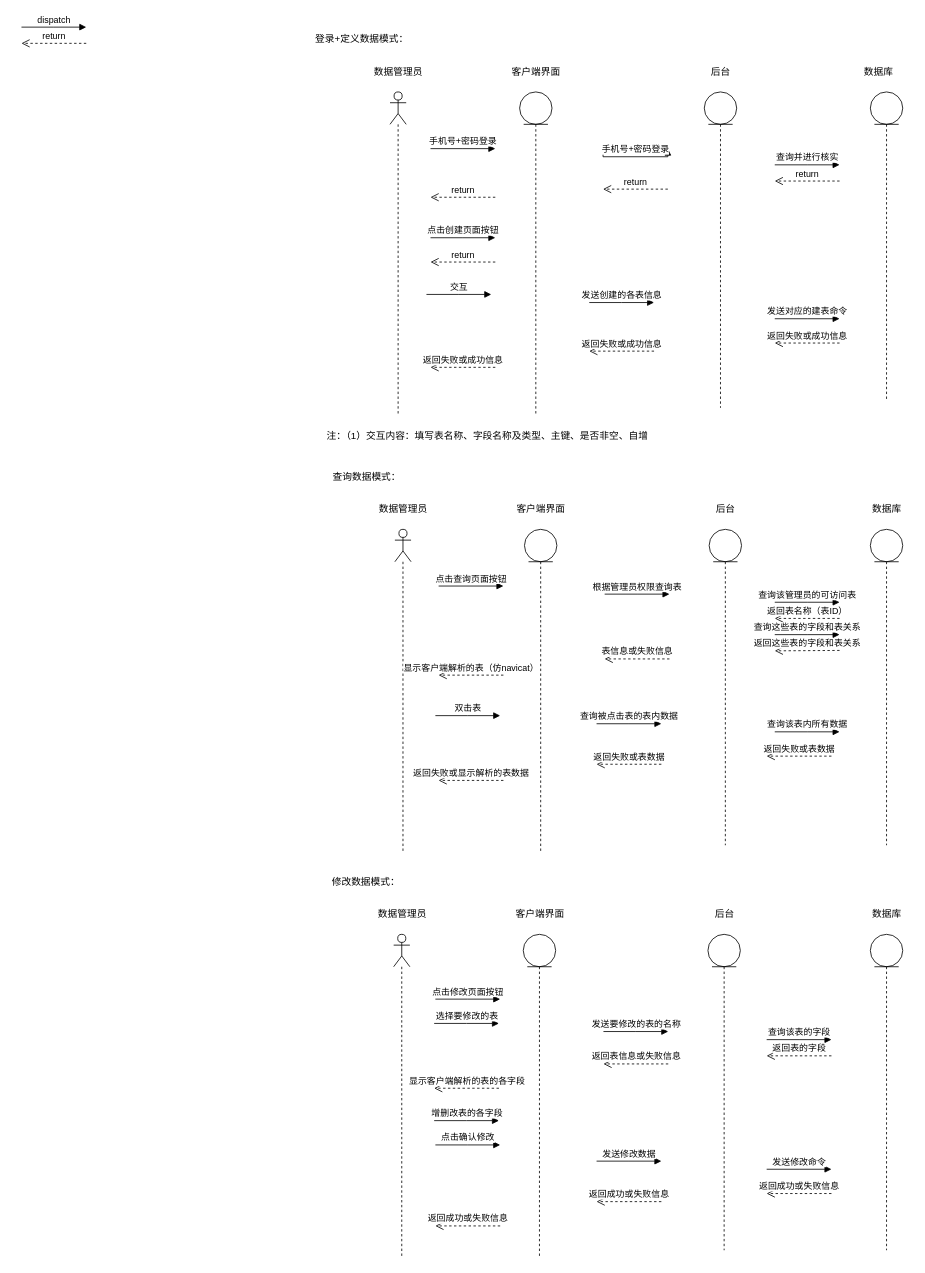
The draw.io diagram page "第 2 页" (2 of 2) of 软工课设.drawio in Iaiolk/VerilogCDE, before the edit. Source tidied: cells renumbered, new cells numbered last; positions are measured from the earlier drawing's top-left corner, leaving out a move shared by most shapes. Both pictures are drawn from the tidied source at 81%, with x=0, y=0 at pixel (21, 27).
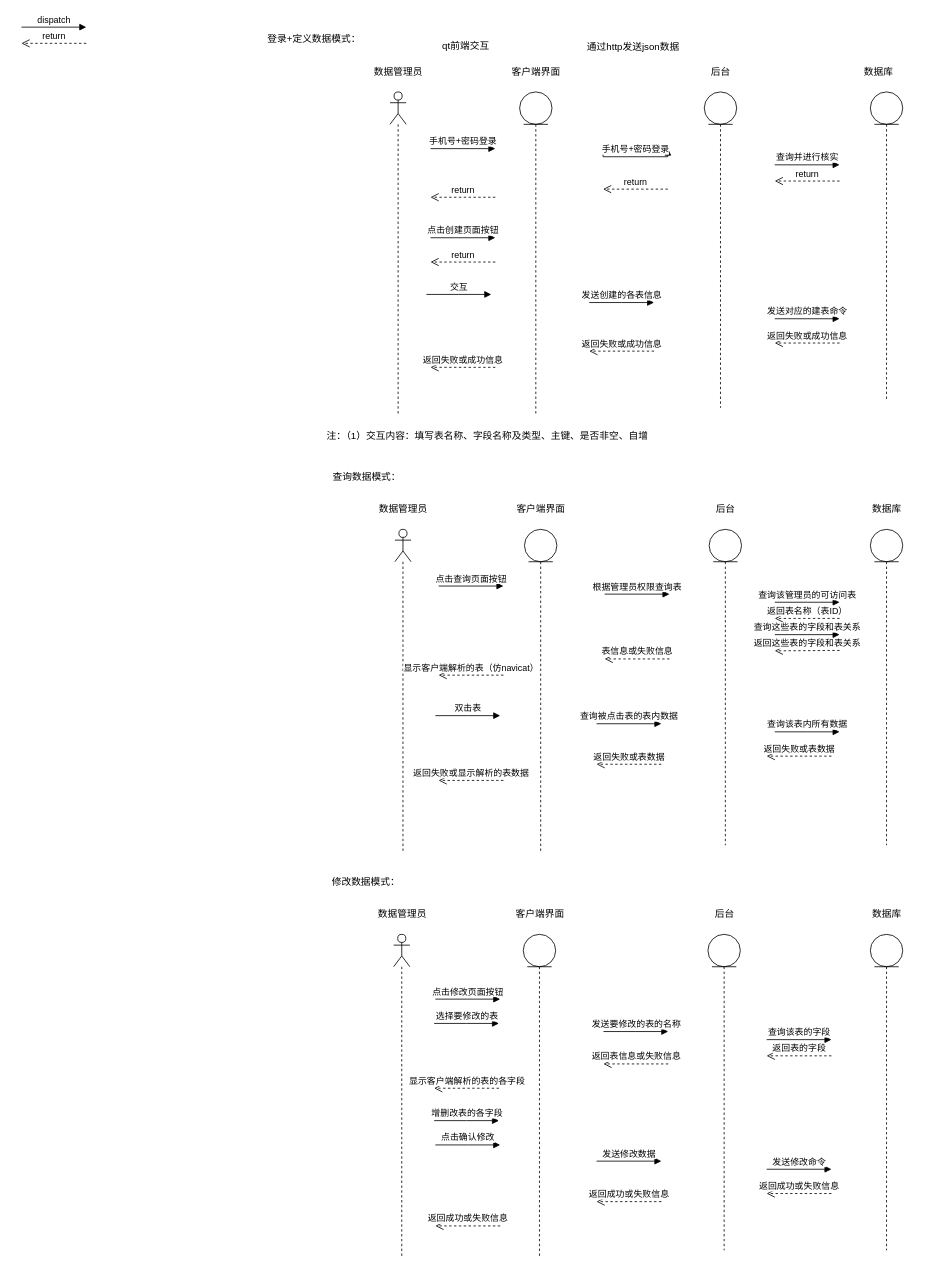
Above is the later version.

Commit message:
更新软工课设.drawio

Change to the diagram source:
```diff
@@
     <mxCell id="9" value="登录+定义数据模式：" style="text;html=1;align=center;verticalAlign=middle;strokeColor=none;fillColor=none;" parent="1" vertex="1">
-      <mxGeometry x="350" width="140" height="30" as="geometry" />
+      <mxGeometry x="291" width="140" height="30" as="geometry" />
     </mxCell>
@@
+    <mxCell id="74" value="通过http发送json数据" style="text;html=1;align=center;verticalAlign=middle;strokeColor=none;fillColor=none;" parent="1" vertex="1">
+      <mxGeometry x="685" y="10" width="140" height="30" as="geometry" />
+    </mxCell>
+    <mxCell id="75" value="qt前端交互&amp;nbsp;" style="text;html=1;align=center;verticalAlign=middle;strokeColor=none;fillColor=none;" parent="1" vertex="1">
+      <mxGeometry x="510" y="8" width="80" height="30" as="geometry" />
+    </mxCell>
```
